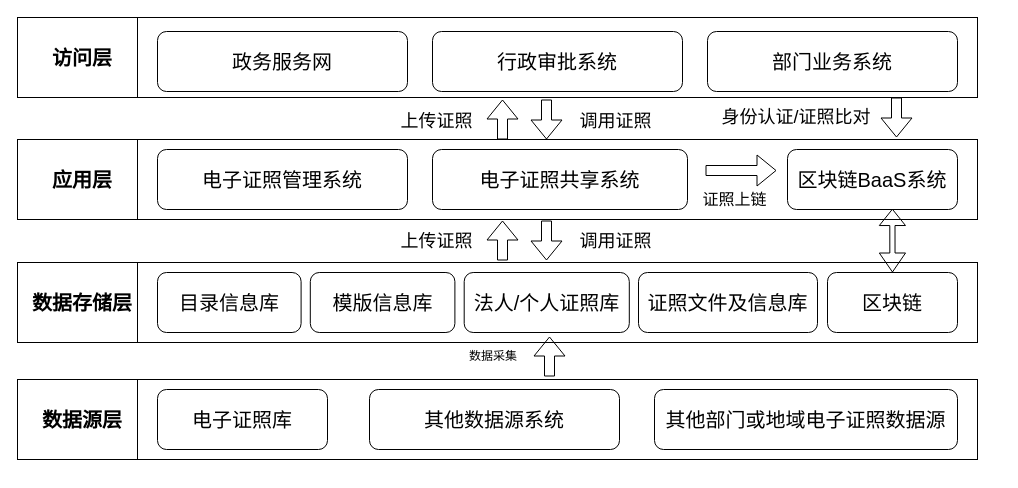
The draw.io diagram 电子证照架构图.drawio in ForLina/sxc_contract, before the edit. Source tidied: cells renumbered, new cells numbered last; positions are measured from the earlier drawing's top-left corner, leaving out a move shared by most shapes. Both pictures are drawn from the tidied source at 100%, with x=0, y=0 at pixel (17, 17).
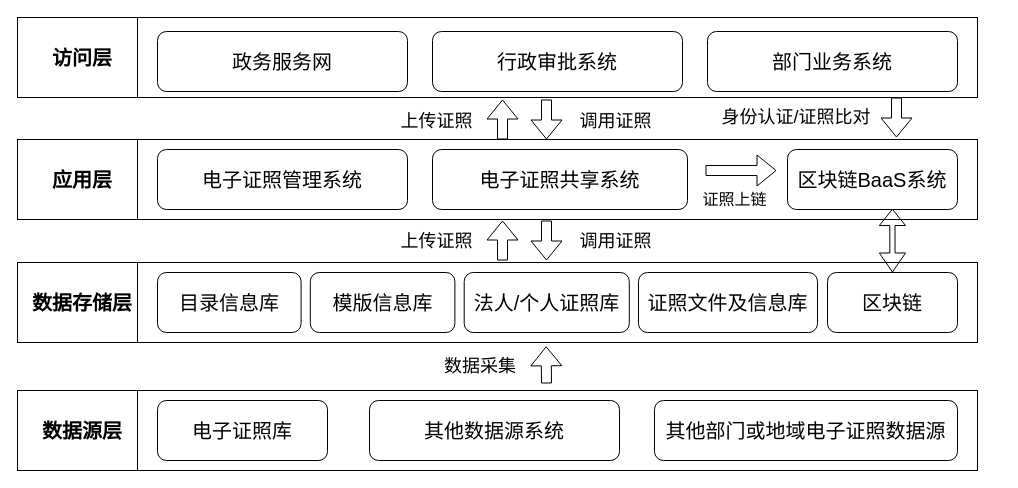
After the change.

Commit message (it also covers changes not shown here):
更新电子证照架构图.drawio

The change refers to these unchanged cells:
```xml
<mxCell id="2" style="group;" parent="1" vertex="1">
  <mxGeometry y="4" width="983" height="438" as="geometry" />
</mxCell>
```

Diff of the diagram source:
```diff
@@
     <mxCell id="26" style="group;" parent="2" vertex="1">
-      <mxGeometry y="358" width="980" height="80" as="geometry" />
+      <mxGeometry y="369" width="980" height="80" as="geometry" />
     </mxCell>
@@
-    <mxCell id="32" style="shape=flexArrow;endArrow=classic;html=1;rounded=0;" parent="2" edge="1">
+    <mxCell id="32" style="shape=flexArrow;endArrow=classic;html=1;rounded=0;entryX=0.49;entryY=1.023;entryDx=0;entryDy=0;entryPerimeter=0;" parent="2" edge="1">
       <mxGeometry relative="1" as="geometry">
-        <mxPoint x="532" y="355" as="sourcePoint" />
-        <mxPoint x="532" y="315" as="targetPoint" />
+        <mxPoint x="529" y="362" as="sourcePoint" />
+        <mxPoint x="528.6" y="324.8" as="targetPoint" />
       </mxGeometry>
     </mxCell>
-    <mxCell id="33" value="数据采集" style="text;html=1;strokeColor=none;fillColor=none;align=center;verticalAlign=middle;whiteSpace=wrap;rounded=0;" parent="2" vertex="1">
-      <mxGeometry x="446" y="320" width="60" height="30" as="geometry" />
+    <mxCell id="33" value="&lt;font style=&quot;font-size: 18px;&quot;&gt;数据采集&lt;/font&gt;" style="text;html=1;strokeColor=none;fillColor=none;align=center;verticalAlign=middle;whiteSpace=wrap;rounded=0;" parent="2" vertex="1">
+      <mxGeometry x="420" y="330" width="86" height="30" as="geometry" />
     </mxCell>
```
